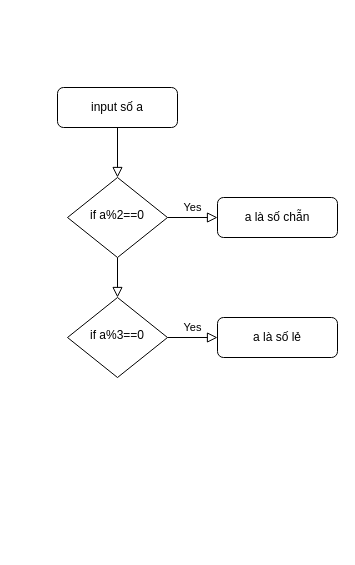
Earlier version of the draw.io diagram bt2.drawio (QuangHuy2006/session-1-C). Source tidied: cells renumbered, new cells numbered last; positions are measured from the earlier drawing's top-left corner, leaving out a move shared by most shapes. Both pictures are drawn from the tidied source at 100%, with x=0, y=0 at pixel (57, 87).
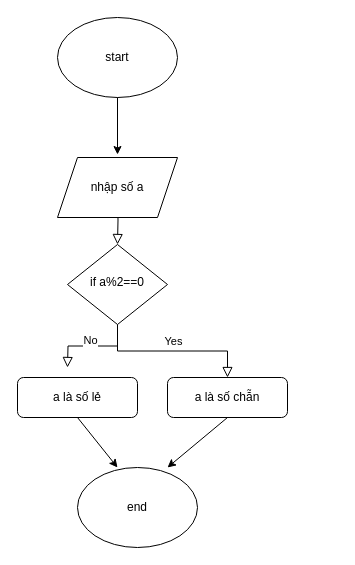
The same page after the edit.

Commit message:
Cập nhật bt2.drawio

Diff of the diagram source:
```diff
@@
 <mxGraphModel>
   <root>
     <mxCell id="0" />
     <mxCell id="1" parent="0" />
-    <mxCell id="2" style="rounded=0;html=1;jettySize=auto;fontSize=11;endArrow=block;endFill=0;endSize=8;strokeWidth=1;shadow=0;labelBackgroundColor=none;edgeStyle=orthogonalEdgeStyle;" parent="1" edge="1" source="3" target="6">
-      <mxGeometry relative="1" as="geometry" />
+    <mxCell id="2" style="rounded=0;html=1;jettySize=auto;fontSize=11;endArrow=block;endFill=0;endSize=8;strokeWidth=1;shadow=0;labelBackgroundColor=none;edgeStyle=orthogonalEdgeStyle;" parent="1" edge="1" target="6">
+      <mxGeometry relative="1" as="geometry">
+        <mxPoint x="60" y="107" as="sourcePoint" />
+      </mxGeometry>
     </mxCell>
-    <mxCell id="3" value="input số a" style="rounded=1;whiteSpace=wrap;html=1;fontSize=12;glass=0;strokeWidth=1;shadow=0;" parent="1" vertex="1">
-      <mxGeometry width="120" height="40" as="geometry" />
-    </mxCell>
-    <mxCell id="4" style="rounded=0;html=1;jettySize=auto;fontSize=11;endArrow=block;endFill=0;endSize=8;strokeWidth=1;shadow=0;labelBackgroundColor=none;edgeStyle=orthogonalEdgeStyle;" parent="1" edge="1" source="6" target="9">
-      <mxGeometry y="20" relative="1" as="geometry" />
+    <mxCell id="4" style="rounded=0;html=1;jettySize=auto;fontSize=11;endArrow=block;endFill=0;endSize=8;strokeWidth=1;shadow=0;labelBackgroundColor=none;edgeStyle=orthogonalEdgeStyle;" parent="1" edge="1" source="6">
+      <mxGeometry y="20" relative="1" as="geometry">
+        <mxPoint x="10" y="280" as="targetPoint" />
+      </mxGeometry>
     </mxCell>
+    <mxCell id="11" value="No" style="edgeLabel;html=1;align=center;verticalAlign=middle;" parent="4" vertex="1">
+      <mxGeometry x="0.07" y="-6" relative="1" as="geometry" />
+    </mxCell>
-    <mxCell id="5" value="Yes" style="edgeStyle=orthogonalEdgeStyle;rounded=0;html=1;jettySize=auto;fontSize=11;endArrow=block;endFill=0;endSize=8;strokeWidth=1;shadow=0;labelBackgroundColor=none;" parent="1" edge="1" source="6" target="7">
+    <mxCell id="5" value="Yes" style="edgeStyle=orthogonalEdgeStyle;rounded=0;html=1;jettySize=auto;fontSize=11;endArrow=block;endFill=0;endSize=8;strokeWidth=1;shadow=0;labelBackgroundColor=none;exitX=0.5;exitY=1;exitDx=0;exitDy=0;" parent="1" edge="1" source="6" target="7">
       <mxGeometry y="10" relative="1" as="geometry" />
     </mxCell>
     <mxCell id="6" value="if a%2==0" style="rhombus;whiteSpace=wrap;html=1;shadow=0;fontFamily=Helvetica;fontSize=12;align=center;strokeWidth=1;spacing=6;spacingTop=-4;" parent="1" vertex="1">
-      <mxGeometry x="10" y="90" width="100" height="80" as="geometry" />
+      <mxGeometry x="10" y="157" width="100" height="80" as="geometry" />
     </mxCell>
     <mxCell id="7" value="a là số chẵn" style="rounded=1;whiteSpace=wrap;html=1;fontSize=12;glass=0;strokeWidth=1;shadow=0;" parent="1" vertex="1">
-      <mxGeometry x="160" y="110" width="120" height="40" as="geometry" />
+      <mxGeometry x="110" y="290" width="120" height="40" as="geometry" />
     </mxCell>
-    <mxCell id="8" value="Yes" style="edgeStyle=orthogonalEdgeStyle;rounded=0;html=1;jettySize=auto;fontSize=11;endArrow=block;endFill=0;endSize=8;strokeWidth=1;shadow=0;labelBackgroundColor=none;" parent="1" edge="1" source="9" target="10">
-      <mxGeometry y="10" relative="1" as="geometry" />
-    </mxCell>
-    <mxCell id="9" value="if a%3==0" style="rhombus;whiteSpace=wrap;html=1;shadow=0;fontFamily=Helvetica;fontSize=12;align=center;strokeWidth=1;spacing=6;spacingTop=-4;" parent="1" vertex="1">
-      <mxGeometry x="10" y="210" width="100" height="80" as="geometry" />
-    </mxCell>
     <mxCell id="10" value="a là số lẻ" style="rounded=1;whiteSpace=wrap;html=1;fontSize=12;glass=0;strokeWidth=1;shadow=0;" parent="1" vertex="1">
-      <mxGeometry x="160" y="230" width="120" height="40" as="geometry" />
+      <mxGeometry x="-40" y="290" width="120" height="40" as="geometry" />
     </mxCell>
+    <mxCell id="12" value="start" style="ellipse;whiteSpace=wrap;html=1;" parent="1" vertex="1">
+      <mxGeometry y="-70" width="120" height="80" as="geometry" />
+    </mxCell>
+    <mxCell id="13" style="endArrow=classic;html=1;rounded=0;exitX=0.5;exitY=1;exitDx=0;exitDy=0;entryX=0.5;entryY=0;entryDx=0;entryDy=0;" parent="1" edge="1" source="12">
+      <mxGeometry relative="1" as="geometry">
+        <mxPoint x="60" y="67" as="targetPoint" />
+      </mxGeometry>
+    </mxCell>
+    <mxCell id="14" value="nhập số a" style="shape=parallelogram;perimeter=parallelogramPerimeter;whiteSpace=wrap;html=1;fixedSize=1;" parent="1" vertex="1">
+      <mxGeometry y="70" width="120" height="60" as="geometry" />
+    </mxCell>
+    <mxCell id="15" style="endArrow=classic;html=1;rounded=0;exitX=0.5;exitY=1;exitDx=0;exitDy=0;" parent="1" edge="1" source="10">
+      <mxGeometry relative="1" as="geometry">
+        <mxPoint x="60" y="380" as="targetPoint" />
+      </mxGeometry>
+    </mxCell>
+    <mxCell id="16" style="endArrow=classic;html=1;rounded=0;exitX=0.5;exitY=1;exitDx=0;exitDy=0;" parent="1" edge="1" source="7">
+      <mxGeometry relative="1" as="geometry">
+        <mxPoint x="110" y="380" as="targetPoint" />
+      </mxGeometry>
+    </mxCell>
+    <mxCell id="17" value="end" style="ellipse;whiteSpace=wrap;html=1;" parent="1" vertex="1">
+      <mxGeometry x="20" y="380" width="120" height="80" as="geometry" />
+    </mxCell>
   </root>
 </mxGraphModel>
```
